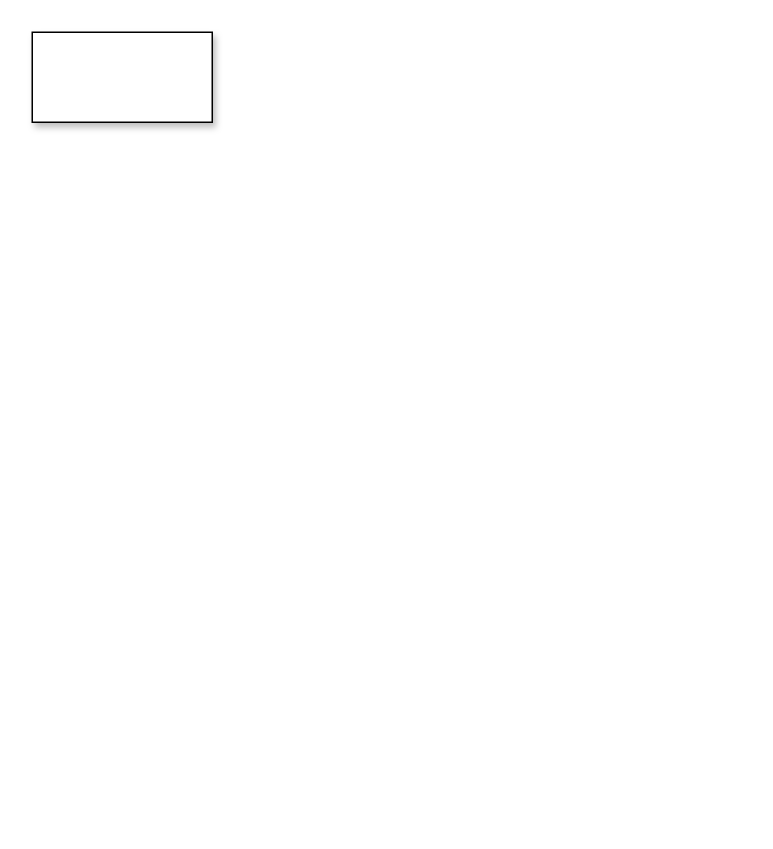
The draw.io diagram Untitled Diagram.drawio in paulohorita/model, before the edit. Source tidied: cells renumbered, new cells numbered last; positions are measured from the earlier drawing's top-left corner, leaving out a move shared by most shapes. Both pictures are drawn from the tidied source at 150%, with x=0, y=0 at pixel (32, 32).
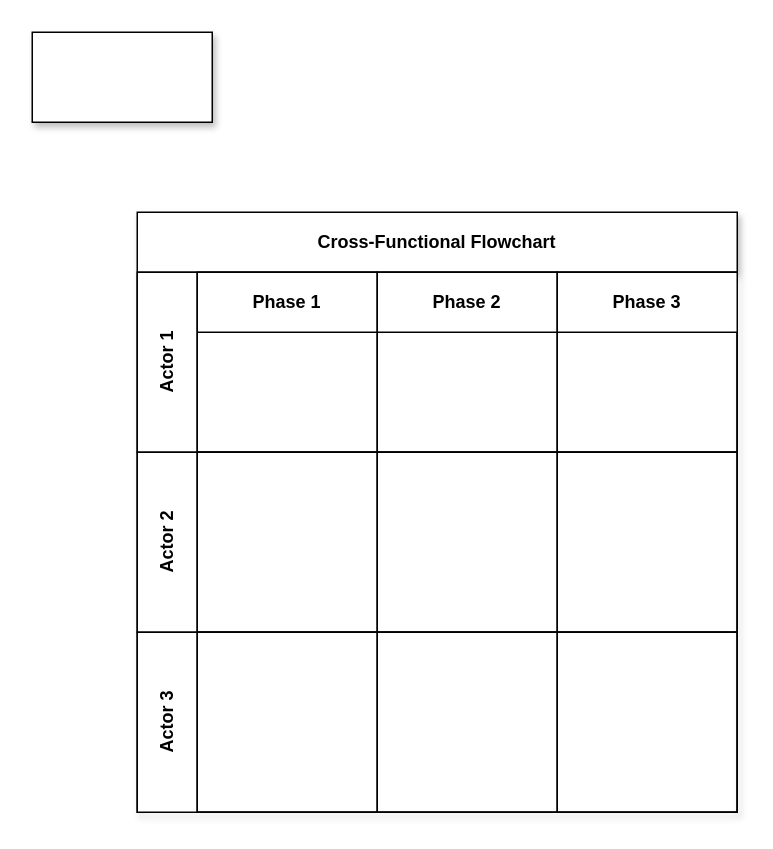
Above is the later version.

The edit, as a diff of the source:
```diff
@@
 <mxGraphModel>
   <root>
     <mxCell id="0" />
     <mxCell id="1" parent="0" />
     <mxCell id="2" style="rounded=0;whiteSpace=wrap;html=1;shadow=1;" parent="1" vertex="1">
       <mxGeometry width="120" height="60" as="geometry" />
     </mxCell>
+    <mxCell id="3" value="Cross-Functional Flowchart" style="shape=table;childLayout=tableLayout;rowLines=0;columnLines=0;startSize=40;html=1;whiteSpace=wrap;fontStyle=1;align=center;shadow=1;" parent="1" vertex="1">
+      <mxGeometry x="70" y="120" width="400" height="400" as="geometry" />
+    </mxCell>
+    <mxCell id="4" value="Actor 1" style="swimlane;horizontal=0;startSize=40;html=1;whiteSpace=wrap;fontStyle=1;" parent="3" vertex="1">
+      <mxGeometry y="40" width="400" height="120" as="geometry" />
+    </mxCell>
+    <mxCell id="5" value="Phase 1" style="swimlane;startSize=40;html=1;whiteSpace=wrap;" parent="4" vertex="1">
+      <mxGeometry x="40" width="120" height="120" as="geometry" />
+    </mxCell>
+    <mxCell id="6" value="Phase 2" style="swimlane;startSize=40;html=1;whiteSpace=wrap;" parent="4" vertex="1">
+      <mxGeometry x="160" width="120" height="120" as="geometry" />
+    </mxCell>
+    <mxCell id="7" value="Phase 3" style="swimlane;startSize=40;html=1;whiteSpace=wrap;" parent="4" vertex="1">
+      <mxGeometry x="280" width="120" height="120" as="geometry" />
+    </mxCell>
+    <mxCell id="8" value="Actor 2" style="swimlane;horizontal=0;startSize=40;html=1;whiteSpace=wrap;" parent="3" vertex="1">
+      <mxGeometry y="160" width="400" height="120" as="geometry" />
+    </mxCell>
+    <mxCell id="9" style="swimlane;startSize=0;html=1;whiteSpace=wrap;" parent="8" vertex="1">
+      <mxGeometry x="40" width="120" height="120" as="geometry" />
+    </mxCell>
+    <mxCell id="10" style="swimlane;startSize=0;html=1;whiteSpace=wrap;" parent="8" vertex="1">
+      <mxGeometry x="160" width="120" height="120" as="geometry" />
+    </mxCell>
+    <mxCell id="11" style="swimlane;startSize=0;html=1;whiteSpace=wrap;" parent="8" vertex="1">
+      <mxGeometry x="280" width="120" height="120" as="geometry" />
+    </mxCell>
+    <mxCell id="12" value="Actor 3" style="swimlane;horizontal=0;startSize=40;html=1;whiteSpace=wrap;" parent="3" vertex="1">
+      <mxGeometry y="280" width="400" height="120" as="geometry" />
+    </mxCell>
+    <mxCell id="13" style="swimlane;startSize=0;html=1;whiteSpace=wrap;" parent="12" vertex="1">
+      <mxGeometry x="40" width="120" height="120" as="geometry" />
+    </mxCell>
+    <mxCell id="14" style="swimlane;startSize=0;html=1;whiteSpace=wrap;" parent="12" vertex="1">
+      <mxGeometry x="160" width="120" height="120" as="geometry" />
+    </mxCell>
+    <mxCell id="15" style="swimlane;startSize=0;html=1;whiteSpace=wrap;" parent="12" vertex="1">
+      <mxGeometry x="280" width="120" height="120" as="geometry" />
+    </mxCell>
   </root>
 </mxGraphModel>
```
